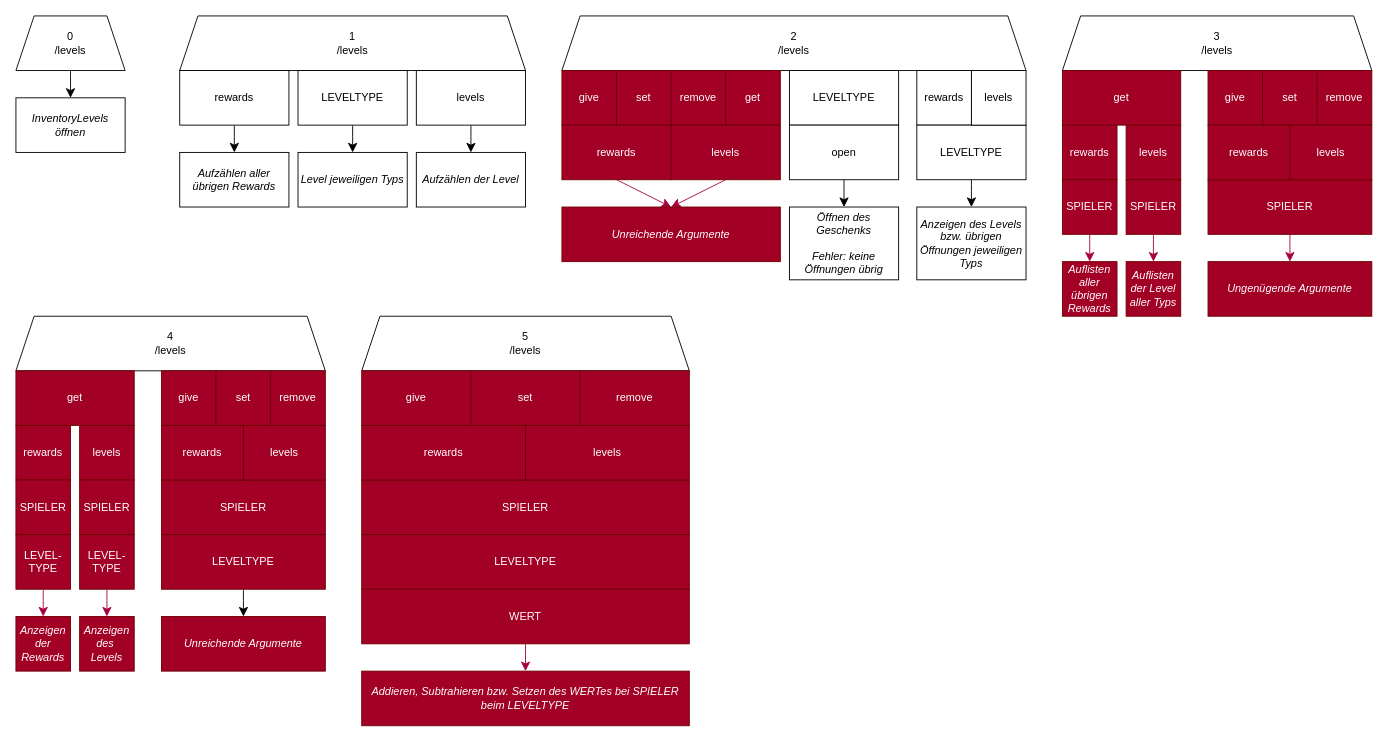
Before: src/main/java/user/meistertisch/danissmpplugin/level/CommandLevelingLayout.drawio in MeisterTisch/DanisSMPPlugin, a draw.io diagram. Source tidied: cells renumbered, new cells numbered last; positions are measured from the earlier drawing's top-left corner, leaving out a move shared by most shapes. Both pictures are drawn from the tidied source at 91%, with x=0, y=0 at pixel (15, 15).
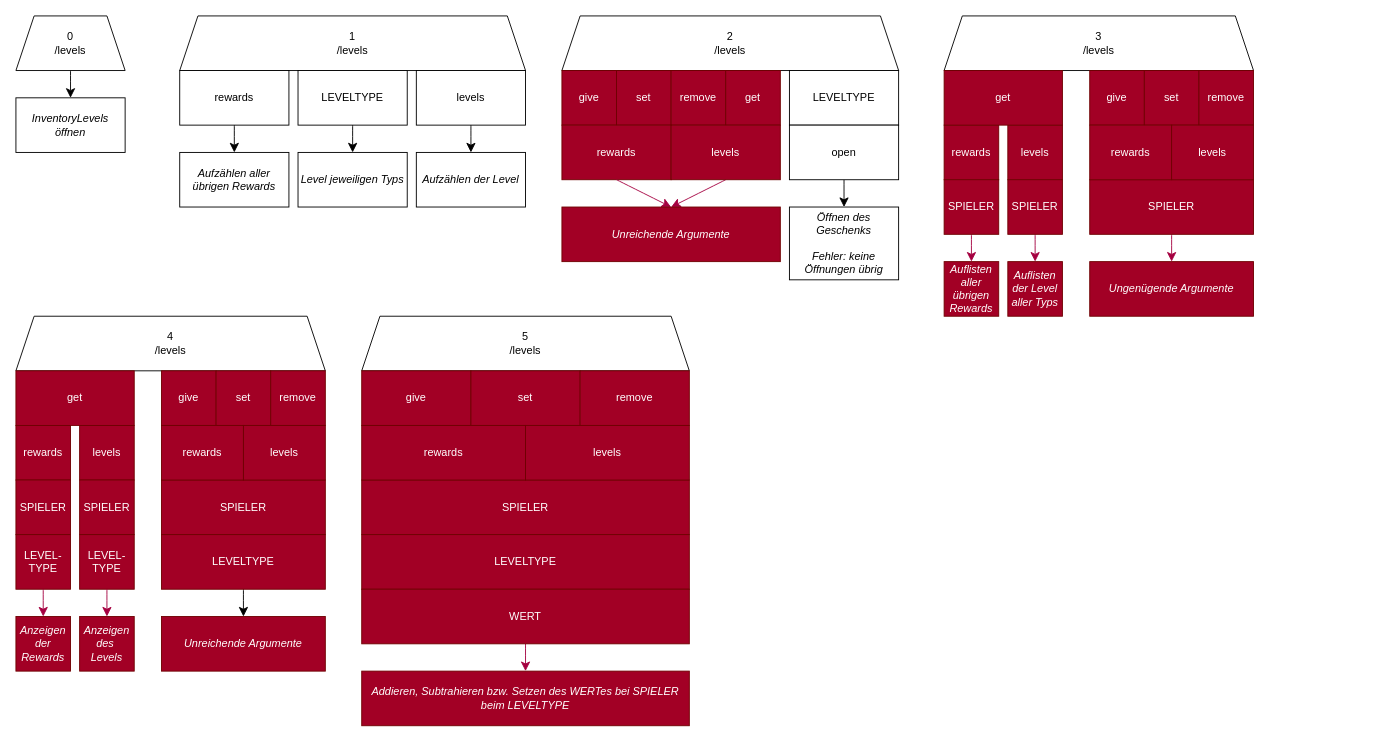
The same page after the edit.

Commit message (it also covers changes not shown here):
Made Command work lmao

What changed in the source:
```diff
@@
     <mxCell id="15" value="&lt;div&gt;2&lt;/div&gt;&lt;div&gt;/levels&lt;/div&gt;" style="shape=trapezoid;perimeter=trapezoidPerimeter;whiteSpace=wrap;html=1;fixedSize=1;" parent="1" vertex="1">
-      <mxGeometry x="600" width="510" height="60" as="geometry" />
+      <mxGeometry x="600" width="370" height="60" as="geometry" />
     </mxCell>
@@
     <mxCell id="29" value="&lt;div&gt;3&lt;/div&gt;&lt;div&gt;/levels&lt;/div&gt;" style="shape=trapezoid;perimeter=trapezoidPerimeter;whiteSpace=wrap;html=1;fixedSize=1;" parent="1" vertex="1">
-      <mxGeometry x="1150" width="340" height="60" as="geometry" />
+      <mxGeometry x="1020" width="340" height="60" as="geometry" />
     </mxCell>
     <mxCell id="30" value="&lt;div&gt;rewards&lt;/div&gt;" style="rounded=0;whiteSpace=wrap;html=1;fillColor=#a20025;fontColor=#ffffff;strokeColor=#6F0000;" parent="1" vertex="1">
-      <mxGeometry x="1150" y="120" width="60" height="60" as="geometry" />
+      <mxGeometry x="1020" y="120" width="60" height="60" as="geometry" />
     </mxCell>
     <mxCell id="31" value="&lt;div&gt;levels&lt;/div&gt;" style="rounded=0;whiteSpace=wrap;html=1;fillColor=#a20025;fontColor=#ffffff;strokeColor=#6F0000;" parent="1" vertex="1">
-      <mxGeometry x="1220" y="120" width="60" height="60" as="geometry" />
+      <mxGeometry x="1090" y="120" width="60" height="60" as="geometry" />
     </mxCell>
@@
     <mxCell id="33" value="&lt;div&gt;SPIELER&lt;/div&gt;" style="rounded=0;whiteSpace=wrap;html=1;fillColor=#a20025;fontColor=#ffffff;strokeColor=#6F0000;" parent="1" vertex="1">
-      <mxGeometry x="1150" y="180" width="60" height="60" as="geometry" />
+      <mxGeometry x="1020" y="180" width="60" height="60" as="geometry" />
     </mxCell>
@@
     <mxCell id="35" value="&lt;div&gt;SPIELER&lt;/div&gt;" style="rounded=0;whiteSpace=wrap;html=1;fillColor=#a20025;fontColor=#ffffff;strokeColor=#6F0000;" parent="1" vertex="1">
-      <mxGeometry x="1310" y="180" width="180" height="60" as="geometry" />
+      <mxGeometry x="1180" y="180" width="180" height="60" as="geometry" />
     </mxCell>
     <mxCell id="36" value="give" style="rounded=0;whiteSpace=wrap;html=1;fillColor=#a20025;fontColor=#ffffff;strokeColor=#6F0000;" parent="1" vertex="1">
-      <mxGeometry x="1310" y="60" width="60" height="60" as="geometry" />
+      <mxGeometry x="1180" y="60" width="60" height="60" as="geometry" />
     </mxCell>
     <mxCell id="37" value="set" style="rounded=0;whiteSpace=wrap;html=1;fillColor=#a20025;fontColor=#ffffff;strokeColor=#6F0000;" parent="1" vertex="1">
-      <mxGeometry x="1370" y="60" width="60" height="60" as="geometry" />
+      <mxGeometry x="1240" y="60" width="60" height="60" as="geometry" />
     </mxCell>
     <mxCell id="38" value="remove" style="rounded=0;whiteSpace=wrap;html=1;fillColor=#a20025;fontColor=#ffffff;strokeColor=#6F0000;" parent="1" vertex="1">
-      <mxGeometry x="1430" y="60" width="60" height="60" as="geometry" />
+      <mxGeometry x="1300" y="60" width="60" height="60" as="geometry" />
     </mxCell>
     <mxCell id="39" value="get" style="rounded=0;whiteSpace=wrap;html=1;fillColor=#a20025;fontColor=#ffffff;strokeColor=#6F0000;" parent="1" vertex="1">
-      <mxGeometry x="1150" y="60" width="130" height="60" as="geometry" />
+      <mxGeometry x="1020" y="60" width="130" height="60" as="geometry" />
     </mxCell>
     <mxCell id="40" value="&lt;i&gt;Auflisten aller übrigen Rewards&lt;/i&gt;" style="rounded=0;whiteSpace=wrap;html=1;fillColor=#a20025;fontColor=#ffffff;strokeColor=#6F0000;" parent="1" vertex="1">
-      <mxGeometry x="1150" y="270" width="60" height="60" as="geometry" />
+      <mxGeometry x="1020" y="270" width="60" height="60" as="geometry" />
     </mxCell>
     <mxCell id="41" value="&lt;i&gt;Auflisten der Level aller Typs&lt;/i&gt;" style="rounded=0;whiteSpace=wrap;html=1;fillColor=#a20025;fontColor=#ffffff;strokeColor=#6F0000;" parent="1" vertex="1">
-      <mxGeometry x="1220" y="270" width="60" height="60" as="geometry" />
+      <mxGeometry x="1090" y="270" width="60" height="60" as="geometry" />
     </mxCell>
@@
     <mxCell id="43" value="&lt;div&gt;SPIELER&lt;/div&gt;" style="rounded=0;whiteSpace=wrap;html=1;fillColor=#a20025;fontColor=#ffffff;strokeColor=#6F0000;" parent="1" vertex="1">
-      <mxGeometry x="1220" y="180" width="60" height="60" as="geometry" />
+      <mxGeometry x="1090" y="180" width="60" height="60" as="geometry" />
     </mxCell>
     <mxCell id="44" value="&lt;div&gt;rewards&lt;/div&gt;" style="rounded=0;whiteSpace=wrap;html=1;fillColor=#a20025;fontColor=#ffffff;strokeColor=#6F0000;" parent="1" vertex="1">
-      <mxGeometry x="1310" y="120" width="90" height="60" as="geometry" />
+      <mxGeometry x="1180" y="120" width="90" height="60" as="geometry" />
     </mxCell>
     <mxCell id="45" value="&lt;div&gt;levels&lt;/div&gt;" style="rounded=0;whiteSpace=wrap;html=1;fillColor=#a20025;fontColor=#ffffff;strokeColor=#6F0000;" parent="1" vertex="1">
-      <mxGeometry x="1400" y="120" width="90" height="60" as="geometry" />
+      <mxGeometry x="1270" y="120" width="90" height="60" as="geometry" />
     </mxCell>
     <mxCell id="46" value="&lt;i&gt;Ungenügende Argumente&lt;/i&gt;" style="rounded=0;whiteSpace=wrap;html=1;fillColor=#a20025;fontColor=#ffffff;strokeColor=#6F0000;" parent="1" vertex="1">
-      <mxGeometry x="1310" y="270" width="180" height="60" as="geometry" />
+      <mxGeometry x="1180" y="270" width="180" height="60" as="geometry" />
     </mxCell>
@@
-    <mxCell id="78" value="rewards" style="rounded=0;whiteSpace=wrap;html=1;" parent="1" vertex="1">
-      <mxGeometry x="990" y="60" width="60" height="60" as="geometry" />
-    </mxCell>
-    <mxCell id="79" style="edgeStyle=none;curved=1;rounded=0;jettySize=auto;html=1;exitX=0.5;exitY=1;exitDx=0;exitDy=0;entryX=0.5;entryY=0;entryDx=0;entryDy=0;fontSize=12;startSize=8;endSize=8;" parent="1" edge="1" source="80" target="81">
-      <mxGeometry relative="1" as="geometry" />
-    </mxCell>
-    <mxCell id="80" value="LEVELTYPE" style="rounded=0;whiteSpace=wrap;html=1;" parent="1" vertex="1">
-      <mxGeometry x="990" y="120" width="120" height="60" as="geometry" />
-    </mxCell>
-    <mxCell id="81" value="&lt;i&gt;Anzeigen des Levels bzw. übrigen Öffnungen jeweiligen Typs&lt;/i&gt;" style="rounded=0;whiteSpace=wrap;html=1;" parent="1" vertex="1">
-      <mxGeometry x="990" y="210" width="120" height="80" as="geometry" />
-    </mxCell>
-    <mxCell id="82" value="levels" style="rounded=0;whiteSpace=wrap;html=1;" parent="1" vertex="1">
-      <mxGeometry x="1050" y="60" width="60" height="60" as="geometry" />
-    </mxCell>
```
